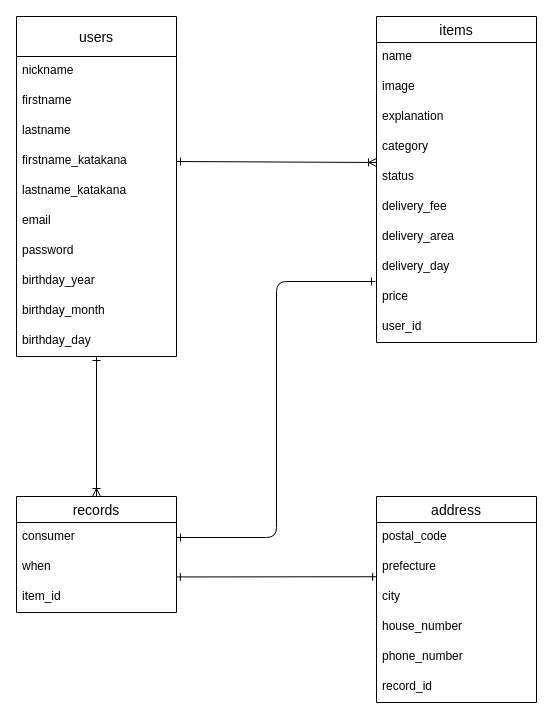
kazumaban/furima-31665 keeps this draw.io diagram as ER.dio. Above is the earlier version. Source tidied: cells renumbered, new cells numbered last; positions are measured from the earlier drawing's top-left corner, leaving out a move shared by most shapes. Both pictures are drawn from the tidied source at 100%, with x=0, y=0 at pixel (16, 16).
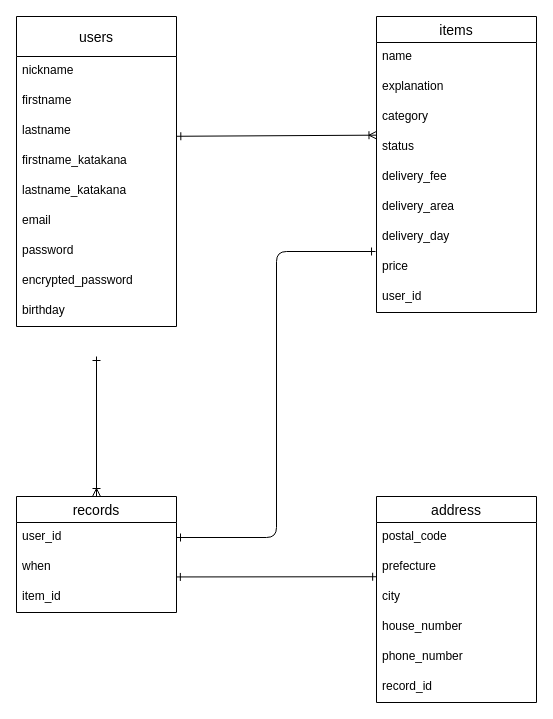
The same diagram, later.

The change refers to these unchanged cells:
```xml
<mxCell id="5" value="lastname" style="text;strokeColor=none;fillColor=none;spacingLeft=4;spacingRight=4;overflow=hidden;points=[[0,0.5],[1,0.5]];portConstraint=eastwest;fontSize=12;" parent="2" vertex="1">
  <mxGeometry y="100" width="160" height="30" as="geometry" />
</mxCell>
<mxCell id="6" value="firstname_katakana" style="text;strokeColor=none;fillColor=none;spacingLeft=4;spacingRight=4;overflow=hidden;points=[[0,0.5],[1,0.5]];portConstraint=eastwest;fontSize=12;" parent="2" vertex="1">
  <mxGeometry y="130" width="160" height="30" as="geometry" />
</mxCell>
<mxCell id="24" value="records" style="swimlane;fontStyle=0;horizontal=1;startSize=26;align=center;fontSize=14;" parent="1" vertex="1">
  <mxGeometry y="480" width="160" height="116" as="geometry" />
</mxCell>
```

Change to the diagram source:
```diff
@@
     <mxCell id="2" value="users" style="swimlane;fontStyle=0;horizontal=1;startSize=40;align=center;fontSize=14;" parent="1" vertex="1">
-      <mxGeometry width="160" height="340" as="geometry" />
+      <mxGeometry width="160" height="310" as="geometry" />
     </mxCell>
@@
+    <mxCell id="39" value="encrypted_password" style="text;strokeColor=none;fillColor=none;spacingLeft=4;spacingRight=4;overflow=hidden;fontSize=12;" parent="2" vertex="1">
+      <mxGeometry y="250" width="160" height="30" as="geometry" />
+    </mxCell>
-    <mxCell id="10" value="birthday_year" style="text;strokeColor=none;fillColor=none;spacingLeft=4;spacingRight=4;overflow=hidden;fontSize=12;" parent="2" vertex="1">
-      <mxGeometry y="250" width="160" height="30" as="geometry" />
+    <mxCell id="10" value="birthday" style="text;strokeColor=none;fillColor=none;spacingLeft=4;spacingRight=4;overflow=hidden;fontSize=12;" parent="2" vertex="1">
+      <mxGeometry y="280" width="160" height="30" as="geometry" />
     </mxCell>
-    <mxCell id="11" value="birthday_month" style="text;strokeColor=none;fillColor=none;spacingLeft=4;spacingRight=4;overflow=hidden;fontSize=12;" parent="2" vertex="1">
-      <mxGeometry y="280" width="160" height="30" as="geometry" />
-    </mxCell>
-    <mxCell id="12" value="birthday_day" style="text;strokeColor=none;fillColor=none;spacingLeft=4;spacingRight=4;overflow=hidden;fontSize=12;" parent="2" vertex="1">
-      <mxGeometry y="310" width="160" height="30" as="geometry" />
-    </mxCell>
     <mxCell id="13" value="items" style="swimlane;fontStyle=0;horizontal=1;startSize=26;align=center;fontSize=14;" parent="1" vertex="1">
-      <mxGeometry x="360" width="160" height="326" as="geometry" />
+      <mxGeometry x="360" width="160" height="296" as="geometry" />
     </mxCell>
@@
-    <mxCell id="15" value="image" style="text;strokeColor=none;fillColor=none;spacingLeft=4;spacingRight=4;overflow=hidden;fontSize=12;" parent="13" vertex="1">
-      <mxGeometry y="56" width="160" height="30" as="geometry" />
-    </mxCell>
     <mxCell id="16" value="explanation" style="text;strokeColor=none;fillColor=none;spacingLeft=4;spacingRight=4;overflow=hidden;fontSize=12;" parent="13" vertex="1">
-      <mxGeometry y="86" width="160" height="30" as="geometry" />
+      <mxGeometry y="56" width="160" height="30" as="geometry" />
     </mxCell>
     <mxCell id="17" value="category" style="text;strokeColor=none;fillColor=none;spacingLeft=4;spacingRight=4;overflow=hidden;fontSize=12;" parent="13" vertex="1">
-      <mxGeometry y="116" width="160" height="30" as="geometry" />
+      <mxGeometry y="86" width="160" height="30" as="geometry" />
     </mxCell>
     <mxCell id="18" value="status" style="text;strokeColor=none;fillColor=none;spacingLeft=4;spacingRight=4;overflow=hidden;points=[[0,0.5],[1,0.5]];portConstraint=eastwest;fontSize=12;" parent="13" vertex="1">
-      <mxGeometry y="146" width="160" height="30" as="geometry" />
+      <mxGeometry y="116" width="160" height="30" as="geometry" />
     </mxCell>
     <mxCell id="19" value="delivery_fee" style="text;strokeColor=none;fillColor=none;spacingLeft=4;spacingRight=4;overflow=hidden;fontSize=12;" parent="13" vertex="1">
-      <mxGeometry y="176" width="160" height="30" as="geometry" />
+      <mxGeometry y="146" width="160" height="30" as="geometry" />
     </mxCell>
     <mxCell id="20" value="delivery_area" style="text;strokeColor=none;fillColor=none;spacingLeft=4;spacingRight=4;overflow=hidden;fontSize=12;" parent="13" vertex="1">
-      <mxGeometry y="206" width="160" height="30" as="geometry" />
+      <mxGeometry y="176" width="160" height="30" as="geometry" />
     </mxCell>
     <mxCell id="21" value="delivery_day" style="text;strokeColor=none;fillColor=none;spacingLeft=4;spacingRight=4;overflow=hidden;fontSize=12;" parent="13" vertex="1">
-      <mxGeometry y="236" width="160" height="30" as="geometry" />
+      <mxGeometry y="206" width="160" height="30" as="geometry" />
     </mxCell>
     <mxCell id="22" value="price" style="text;strokeColor=none;fillColor=none;spacingLeft=4;spacingRight=4;overflow=hidden;points=[[0,0.5],[1,0.5]];portConstraint=eastwest;fontSize=12;" parent="13" vertex="1">
-      <mxGeometry y="266" width="160" height="30" as="geometry" />
+      <mxGeometry y="236" width="160" height="30" as="geometry" />
     </mxCell>
     <mxCell id="23" value="user_id" style="text;strokeColor=none;fillColor=none;spacingLeft=4;spacingRight=4;overflow=hidden;fontSize=12;" parent="13" vertex="1">
-      <mxGeometry y="296" width="160" height="30" as="geometry" />
+      <mxGeometry y="266" width="160" height="30" as="geometry" />
     </mxCell>
@@
-    <mxCell id="25" value="consumer" style="text;strokeColor=none;fillColor=none;spacingLeft=4;spacingRight=4;overflow=hidden;points=[[0,0.5],[1,0.5]];portConstraint=eastwest;fontSize=12;" parent="24" vertex="1">
+    <mxCell id="25" value="user_id" style="text;strokeColor=none;fillColor=none;spacingLeft=4;spacingRight=4;overflow=hidden;points=[[0,0.5],[1,0.5]];portConstraint=eastwest;fontSize=12;" parent="24" vertex="1">
       <mxGeometry y="26" width="160" height="30" as="geometry" />
     </mxCell>
@@
-    <mxCell id="36" style="endArrow=ERoneToMany;html=1;exitX=1;exitY=0.5;exitDx=0;exitDy=0;entryX=0;entryY=0;entryDx=0;entryDy=0;entryPerimeter=0;endFill=0;startArrow=ERone;startFill=0;" parent="1" edge="1" source="6" target="18">
+    <mxCell id="36" style="endArrow=ERoneToMany;html=1;exitX=1.002;exitY=0.659;exitDx=0;exitDy=0;endFill=0;startArrow=ERone;startFill=0;exitPerimeter=0;entryX=0.003;entryY=0.089;entryDx=0;entryDy=0;entryPerimeter=0;" parent="1" edge="1" source="5" target="18">
       <mxGeometry relative="1" as="geometry" />
     </mxCell>
```
